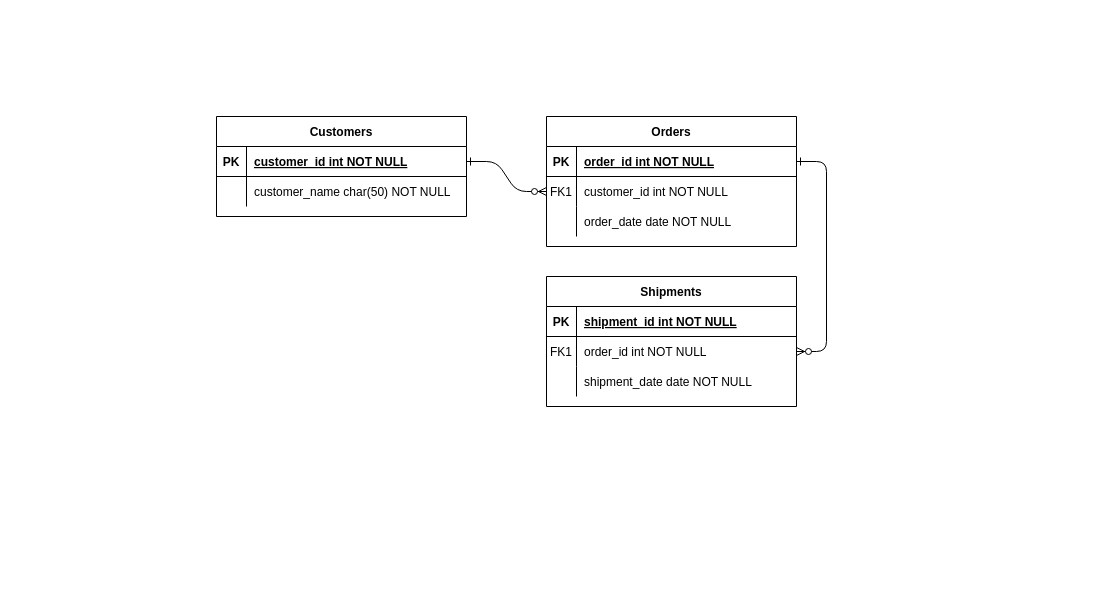
The draw.io diagram Untitled Diagram.drawio in CodeSnooker/bake-the-cake, before the edit. Source tidied: cells renumbered, new cells numbered last; positions are measured from the earlier drawing's top-left corner, leaving out a move shared by most shapes. Both pictures are drawn from the tidied source at 100%, with x=0, y=0 at pixel (216, 116).
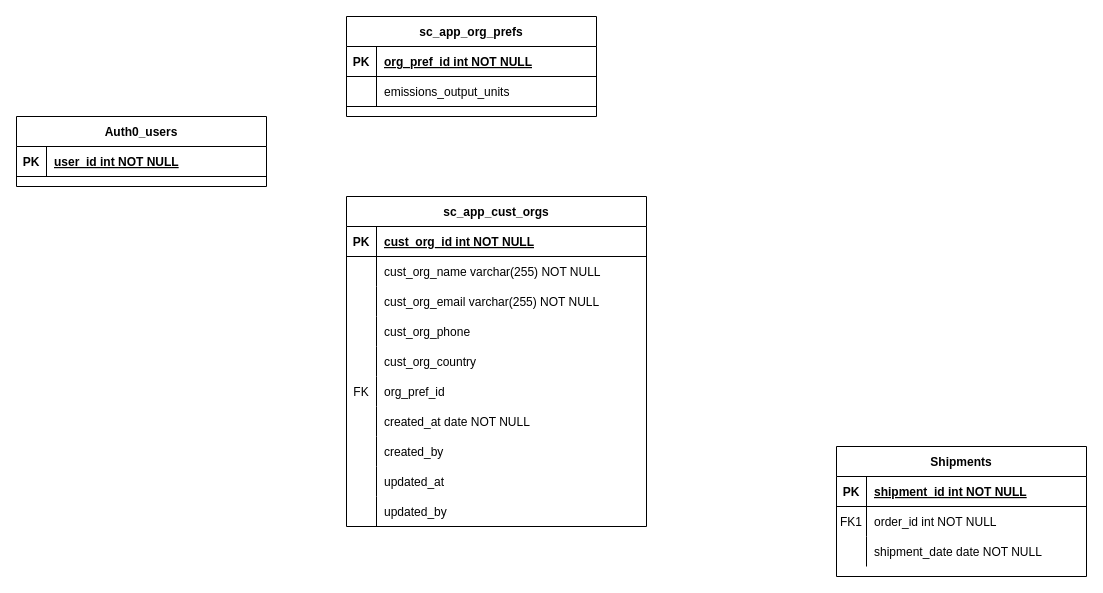
The same page after the edit.

The change refers to these unchanged cells:
```xml
<mxCell id="18" style="shape=partialRectangle;fillColor=none;points=[[0,0.5],[1,0.5]];portConstraint=eastwest;top=0;left=0;right=0;bottom=0;" parent="14" vertex="1">
  <mxGeometry y="60" width="250" height="30" as="geometry" />
</mxCell>
<mxCell id="25" style="shape=partialRectangle;fillColor=none;points=[[0,0.5],[1,0.5]];portConstraint=eastwest;top=0;left=0;right=0;bottom=1;" parent="24" vertex="1">
  <mxGeometry y="30" width="250" height="30" as="geometry" />
</mxCell>
```

Change to the diagram source:
```diff
@@
-    <mxCell id="2" style="edgeStyle=entityRelationEdgeStyle;endArrow=ERzeroToMany;startArrow=ERone;endFill=1;startFill=0;" parent="1" edge="1" source="25" target="8">
-      <mxGeometry relative="1" as="geometry" />
-    </mxCell>
-    <mxCell id="3" style="edgeStyle=entityRelationEdgeStyle;endArrow=ERzeroToMany;startArrow=ERone;endFill=1;startFill=0;" parent="1" edge="1" source="5" target="18">
-      <mxGeometry relative="1" as="geometry" />
-    </mxCell>
-    <mxCell id="4" value="Orders" style="shape=table;startSize=30;childLayout=tableLayout;rowLines=0;fontStyle=1;align=center;" parent="1" vertex="1">
-      <mxGeometry x="330" width="250" height="130" as="geometry" />
+    <mxCell id="4" value="sc_app_cust_orgs" style="shape=table;startSize=30;childLayout=tableLayout;rowLines=0;fontStyle=1;align=center;" parent="1" vertex="1">
+      <mxGeometry x="130" y="80" width="300" height="330" as="geometry" />
     </mxCell>
     <mxCell id="5" style="shape=partialRectangle;fillColor=none;points=[[0,0.5],[1,0.5]];portConstraint=eastwest;top=0;left=0;right=0;bottom=1;" parent="4" vertex="1">
-      <mxGeometry y="30" width="250" height="30" as="geometry" />
+      <mxGeometry y="30" width="300" height="30" as="geometry" />
     </mxCell>
@@
-    <mxCell id="7" value="order_id int NOT NULL " style="shape=partialRectangle;overflow=hidden;fillColor=none;top=0;left=0;bottom=0;right=0;align=left;spacingLeft=6;fontStyle=5;" parent="5" vertex="1">
-      <mxGeometry x="30" width="220" height="30" as="geometry" />
+    <mxCell id="7" value="cust_org_id int NOT NULL " style="shape=partialRectangle;overflow=hidden;fillColor=none;top=0;left=0;bottom=0;right=0;align=left;spacingLeft=6;fontStyle=5;" parent="5" vertex="1">
+      <mxGeometry x="30" width="270" height="30" as="geometry" />
     </mxCell>
     <mxCell id="8" style="shape=partialRectangle;fillColor=none;points=[[0,0.5],[1,0.5]];portConstraint=eastwest;top=0;left=0;right=0;bottom=0;" parent="4" vertex="1">
-      <mxGeometry y="60" width="250" height="30" as="geometry" />
+      <mxGeometry y="60" width="300" height="30" as="geometry" />
     </mxCell>
-    <mxCell id="9" value="FK1" style="shape=partialRectangle;overflow=hidden;fillColor=none;top=0;left=0;bottom=0;right=0;" parent="8" vertex="1">
+    <mxCell id="9" style="shape=partialRectangle;overflow=hidden;fillColor=none;top=0;left=0;bottom=0;right=0;" parent="8" vertex="1">
       <mxGeometry width="30" height="30" as="geometry" />
     </mxCell>
-    <mxCell id="10" value="customer_id int NOT NULL" style="shape=partialRectangle;overflow=hidden;fillColor=none;top=0;left=0;bottom=0;right=0;align=left;spacingLeft=6;" parent="8" vertex="1">
-      <mxGeometry x="30" width="220" height="30" as="geometry" />
+    <mxCell id="10" value="cust_org_name varchar(255) NOT NULL" style="shape=partialRectangle;overflow=hidden;fillColor=none;top=0;left=0;bottom=0;right=0;align=left;spacingLeft=6;" parent="8" vertex="1">
+      <mxGeometry x="30" width="270" height="30" as="geometry" />
     </mxCell>
     <mxCell id="11" style="shape=partialRectangle;fillColor=none;top=0;left=0;right=0;bottom=0;" parent="4" vertex="1">
-      <mxGeometry y="90" width="250" height="30" as="geometry" />
+      <mxGeometry y="90" width="300" height="30" as="geometry" />
     </mxCell>
@@
-    <mxCell id="13" value="order_date date NOT NULL" style="shape=partialRectangle;overflow=hidden;fillColor=none;top=0;left=0;bottom=0;right=0;align=left;spacingLeft=6;" parent="11" vertex="1">
-      <mxGeometry x="30" width="220" height="30" as="geometry" />
+    <mxCell id="13" value="cust_org_email varchar(255) NOT NULL" style="shape=partialRectangle;overflow=hidden;fillColor=none;top=0;left=0;bottom=0;right=0;align=left;spacingLeft=6;" parent="11" vertex="1">
+      <mxGeometry x="30" width="270" height="30" as="geometry" />
     </mxCell>
+    <mxCell id="31" style="shape=partialRectangle;fillColor=none;top=0;left=0;right=0;bottom=0;" parent="4" vertex="1">
+      <mxGeometry y="120" width="300" height="30" as="geometry" />
+    </mxCell>
+    <mxCell id="32" style="shape=partialRectangle;overflow=hidden;fillColor=none;top=0;left=0;bottom=0;right=0;" parent="31" vertex="1">
+      <mxGeometry width="30" height="30" as="geometry" />
+    </mxCell>
+    <mxCell id="33" value="cust_org_phone" style="shape=partialRectangle;overflow=hidden;fillColor=none;top=0;left=0;bottom=0;right=0;align=left;spacingLeft=6;" parent="31" vertex="1">
+      <mxGeometry x="30" width="270" height="30" as="geometry" />
+    </mxCell>
+    <mxCell id="34" style="shape=partialRectangle;fillColor=none;top=0;left=0;right=0;bottom=0;" parent="4" vertex="1">
+      <mxGeometry y="150" width="300" height="30" as="geometry" />
+    </mxCell>
+    <mxCell id="35" style="shape=partialRectangle;overflow=hidden;fillColor=none;top=0;left=0;bottom=0;right=0;" parent="34" vertex="1">
+      <mxGeometry width="30" height="30" as="geometry" />
+    </mxCell>
+    <mxCell id="36" value="cust_org_country" style="shape=partialRectangle;overflow=hidden;fillColor=none;top=0;left=0;bottom=0;right=0;align=left;spacingLeft=6;" parent="34" vertex="1">
+      <mxGeometry x="30" width="270" height="30" as="geometry" />
+    </mxCell>
+    <mxCell id="37" style="shape=partialRectangle;fillColor=none;top=0;left=0;right=0;bottom=0;" parent="4" vertex="1">
+      <mxGeometry y="180" width="300" height="30" as="geometry" />
+    </mxCell>
+    <mxCell id="38" value="FK" style="shape=partialRectangle;overflow=hidden;fillColor=none;top=0;left=0;bottom=0;right=0;" parent="37" vertex="1">
+      <mxGeometry width="30" height="30" as="geometry" />
+    </mxCell>
+    <mxCell id="39" value="org_pref_id" style="shape=partialRectangle;overflow=hidden;fillColor=none;top=0;left=0;bottom=0;right=0;align=left;spacingLeft=6;" parent="37" vertex="1">
+      <mxGeometry x="30" width="270" height="30" as="geometry" />
+    </mxCell>
+    <mxCell id="40" style="shape=partialRectangle;fillColor=none;top=0;left=0;right=0;bottom=0;" parent="4" vertex="1">
+      <mxGeometry y="210" width="300" height="30" as="geometry" />
+    </mxCell>
+    <mxCell id="41" style="shape=partialRectangle;overflow=hidden;fillColor=none;top=0;left=0;bottom=0;right=0;" parent="40" vertex="1">
+      <mxGeometry width="30" height="30" as="geometry" />
+    </mxCell>
+    <mxCell id="42" value="created_at date NOT NULL" style="shape=partialRectangle;overflow=hidden;fillColor=none;top=0;left=0;bottom=0;right=0;align=left;spacingLeft=6;" parent="40" vertex="1">
+      <mxGeometry x="30" width="270" height="30" as="geometry" />
+    </mxCell>
+    <mxCell id="43" style="shape=partialRectangle;fillColor=none;top=0;left=0;right=0;bottom=0;" parent="4" vertex="1">
+      <mxGeometry y="240" width="300" height="30" as="geometry" />
+    </mxCell>
+    <mxCell id="44" style="shape=partialRectangle;overflow=hidden;fillColor=none;top=0;left=0;bottom=0;right=0;" parent="43" vertex="1">
+      <mxGeometry width="30" height="30" as="geometry" />
+    </mxCell>
+    <mxCell id="45" value="created_by" style="shape=partialRectangle;overflow=hidden;fillColor=none;top=0;left=0;bottom=0;right=0;align=left;spacingLeft=6;" parent="43" vertex="1">
+      <mxGeometry x="30" width="270" height="30" as="geometry" />
+    </mxCell>
+    <mxCell id="46" style="shape=partialRectangle;fillColor=none;top=0;left=0;right=0;bottom=0;" parent="4" vertex="1">
+      <mxGeometry y="270" width="300" height="30" as="geometry" />
+    </mxCell>
+    <mxCell id="47" style="shape=partialRectangle;overflow=hidden;fillColor=none;top=0;left=0;bottom=0;right=0;" parent="46" vertex="1">
+      <mxGeometry width="30" height="30" as="geometry" />
+    </mxCell>
+    <mxCell id="48" value="updated_at" style="shape=partialRectangle;overflow=hidden;fillColor=none;top=0;left=0;bottom=0;right=0;align=left;spacingLeft=6;" parent="46" vertex="1">
+      <mxGeometry x="30" width="270" height="30" as="geometry" />
+    </mxCell>
+    <mxCell id="49" style="shape=partialRectangle;fillColor=none;top=0;left=0;right=0;bottom=0;" parent="4" vertex="1">
+      <mxGeometry y="300" width="300" height="30" as="geometry" />
+    </mxCell>
+    <mxCell id="50" style="shape=partialRectangle;overflow=hidden;fillColor=none;top=0;left=0;bottom=0;right=0;" parent="49" vertex="1">
+      <mxGeometry width="30" height="30" as="geometry" />
+    </mxCell>
+    <mxCell id="51" value="updated_by" style="shape=partialRectangle;overflow=hidden;fillColor=none;top=0;left=0;bottom=0;right=0;align=left;spacingLeft=6;" parent="49" vertex="1">
+      <mxGeometry x="30" width="270" height="30" as="geometry" />
+    </mxCell>
     <mxCell id="14" value="Shipments" style="shape=table;startSize=30;childLayout=tableLayout;rowLines=0;fontStyle=1;align=center;" parent="1" vertex="1">
-      <mxGeometry x="330" y="160" width="250" height="130" as="geometry" />
+      <mxGeometry x="620" y="330" width="250" height="130" as="geometry" />
     </mxCell>
@@
-    <mxCell id="24" value="Customers" style="shape=table;startSize=30;childLayout=tableLayout;rowLines=0;fontStyle=1;align=center;" parent="1" vertex="1">
-      <mxGeometry width="250" height="100" as="geometry" />
+    <mxCell id="24" value="Auth0_users" style="shape=table;startSize=30;childLayout=tableLayout;rowLines=0;fontStyle=1;align=center;" parent="1" vertex="1">
+      <mxGeometry x="-200" width="250" height="70" as="geometry" />
     </mxCell>
@@
-    <mxCell id="27" value="customer_id int NOT NULL " style="shape=partialRectangle;overflow=hidden;fillColor=none;top=0;left=0;bottom=0;right=0;align=left;spacingLeft=6;fontStyle=5;" parent="25" vertex="1">
+    <mxCell id="27" value="user_id int NOT NULL " style="shape=partialRectangle;overflow=hidden;fillColor=none;top=0;left=0;bottom=0;right=0;align=left;spacingLeft=6;fontStyle=5;" parent="25" vertex="1">
       <mxGeometry x="30" width="220" height="30" as="geometry" />
     </mxCell>
-    <mxCell id="28" style="shape=partialRectangle;fillColor=none;top=0;left=0;right=0;bottom=0;" parent="24" vertex="1">
-      <mxGeometry y="60" width="250" height="30" as="geometry" />
-    </mxCell>
-    <mxCell id="29" style="shape=partialRectangle;overflow=hidden;fillColor=none;top=0;left=0;bottom=0;right=0;" parent="28" vertex="1">
-      <mxGeometry width="30" height="30" as="geometry" />
-    </mxCell>
-    <mxCell id="30" value="customer_name char(50) NOT NULL" style="shape=partialRectangle;overflow=hidden;fillColor=none;top=0;left=0;bottom=0;right=0;align=left;spacingLeft=6;" parent="28" vertex="1">
-      <mxGeometry x="30" width="220" height="30" as="geometry" />
-    </mxCell>
+    <mxCell id="52" value="sc_app_org_prefs" style="shape=table;startSize=30;childLayout=tableLayout;rowLines=0;fontStyle=1;align=center;" parent="1" vertex="1">
+      <mxGeometry x="130" y="-100" width="250" height="100" as="geometry" />
+    </mxCell>
+    <mxCell id="53" style="shape=partialRectangle;fillColor=none;top=0;left=0;right=0;bottom=1;" parent="52" vertex="1">
+      <mxGeometry y="30" width="250" height="30" as="geometry" />
+    </mxCell>
+    <mxCell id="54" value="PK" style="shape=partialRectangle;overflow=hidden;fillColor=none;top=0;left=0;bottom=0;right=0;fontStyle=1;" parent="53" vertex="1">
+      <mxGeometry width="30" height="30" as="geometry" />
+    </mxCell>
+    <mxCell id="55" value="org_pref_id int NOT NULL " style="shape=partialRectangle;overflow=hidden;fillColor=none;top=0;left=0;bottom=0;right=0;align=left;spacingLeft=6;fontStyle=5;" parent="53" vertex="1">
+      <mxGeometry x="30" width="220" height="30" as="geometry" />
+    </mxCell>
+    <mxCell id="56" style="shape=partialRectangle;fillColor=none;top=0;left=0;right=0;bottom=1;strokeColor=default;" parent="52" vertex="1">
+      <mxGeometry y="60" width="250" height="30" as="geometry" />
+    </mxCell>
+    <mxCell id="57" style="shape=partialRectangle;overflow=hidden;fillColor=none;top=0;left=0;bottom=0;right=0;fontStyle=1;" parent="56" vertex="1">
+      <mxGeometry width="30" height="30" as="geometry" />
+    </mxCell>
+    <mxCell id="58" value="emissions_output_units" style="shape=partialRectangle;overflow=hidden;fillColor=none;top=0;left=0;bottom=0;right=0;align=left;spacingLeft=6;fontStyle=0;" parent="56" vertex="1">
+      <mxGeometry x="30" width="220" height="30" as="geometry" />
+    </mxCell>
```
